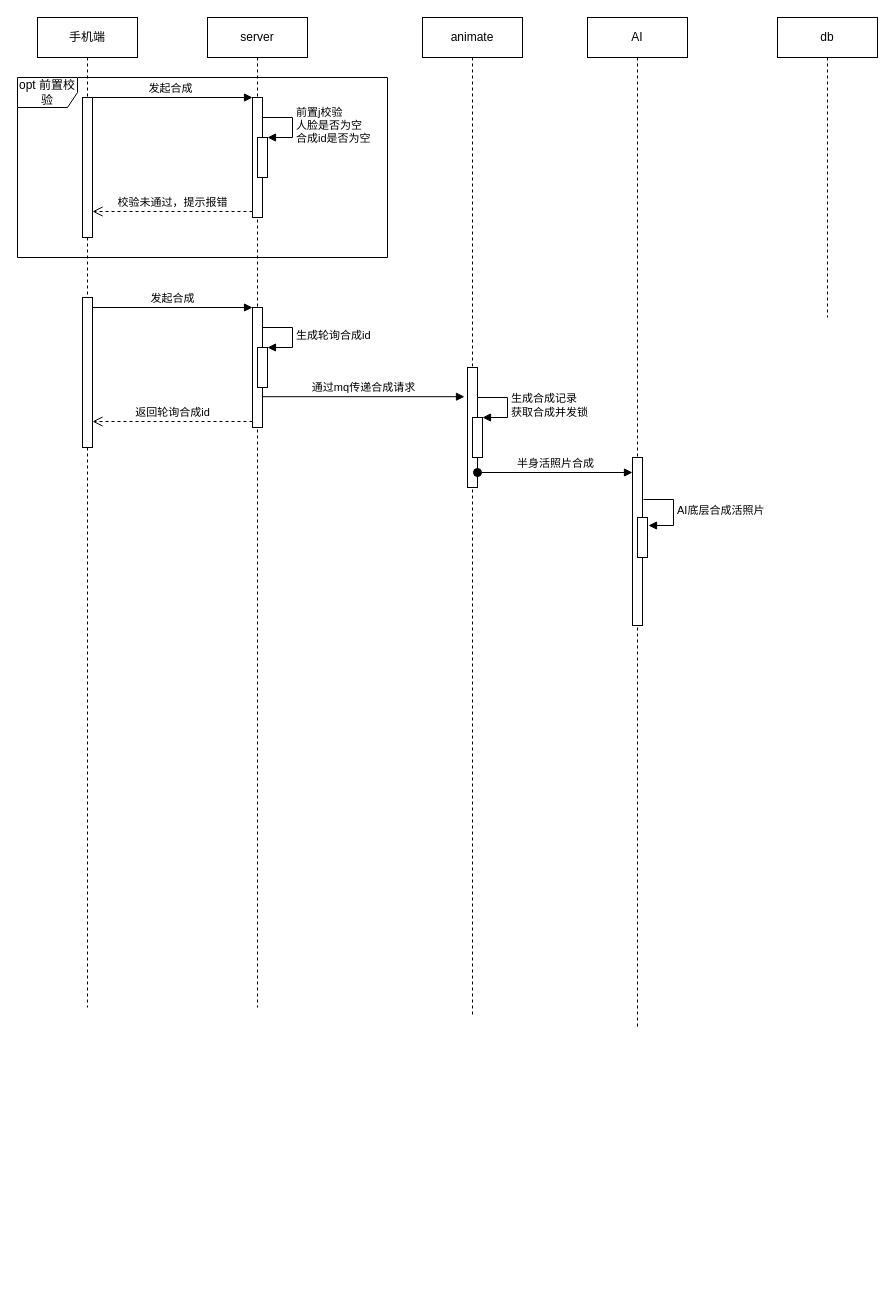
milletzhu/datasource keeps this draw.io diagram as 图片背景纯色抠图时序图.drawio. Above is the earlier version. Source tidied: cells renumbered, new cells numbered last; positions are measured from the earlier drawing's top-left corner, leaving out a move shared by most shapes. Both pictures are drawn from the tidied source at 100%, with x=0, y=0 at pixel (17, 17).
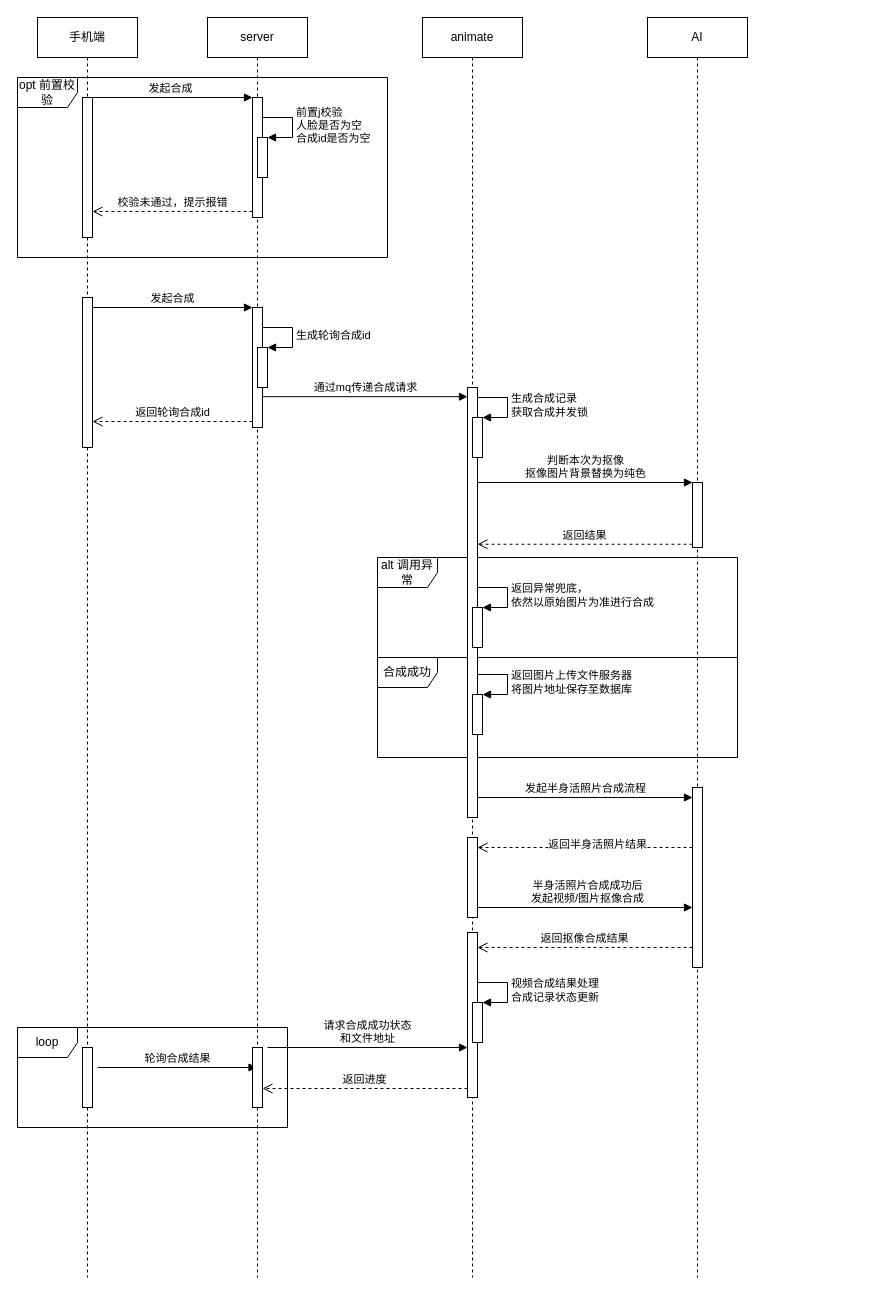
The same diagram, later.

Commit message (it also covers changes not shown here):
更新图片背景纯色抠图时序图.drawio

The edit, as a diff of the source:
```diff
@@
+    <mxCell id="28" value="合成成功" style="shape=umlFrame;whiteSpace=wrap;html=1;" parent="1" vertex="1">
+      <mxGeometry x="360" y="640" width="360" height="100" as="geometry" />
+    </mxCell>
+    <mxCell id="29" value="alt 调用异常" style="shape=umlFrame;whiteSpace=wrap;html=1;" parent="1" vertex="1">
+      <mxGeometry x="360" y="540" width="360" height="100" as="geometry" />
+    </mxCell>
@@
     <mxCell id="3" value="手机端" style="shape=umlLifeline;perimeter=lifelinePerimeter;whiteSpace=wrap;html=1;outlineConnect=0;" parent="1" vertex="1">
-      <mxGeometry x="20" width="100" height="990" as="geometry" />
+      <mxGeometry x="20" width="100" height="1260" as="geometry" />
     </mxCell>
@@
+    <mxCell id="30" style="html=1;perimeter=orthogonalPerimeter;" parent="3" vertex="1">
+      <mxGeometry x="45" y="1030" width="10" height="60" as="geometry" />
+    </mxCell>
+    <mxCell id="31" value="轮询合成结果" style="html=1;verticalAlign=bottom;endArrow=block;rounded=0;" parent="3" edge="1" target="6">
+      <mxGeometry relative="1" as="geometry">
+        <mxPoint x="60" y="1050" as="sourcePoint" />
+      </mxGeometry>
+    </mxCell>
     <mxCell id="6" value="server" style="shape=umlLifeline;perimeter=lifelinePerimeter;whiteSpace=wrap;html=1;outlineConnect=0;" parent="1" vertex="1">
-      <mxGeometry x="190" width="100" height="990" as="geometry" />
+      <mxGeometry x="190" width="100" height="1260" as="geometry" />
     </mxCell>
@@
+    <mxCell id="32" style="html=1;perimeter=orthogonalPerimeter;" parent="6" vertex="1">
+      <mxGeometry x="45" y="1030" width="10" height="60" as="geometry" />
+    </mxCell>
+    <mxCell id="33" value="请求合成成功状态&lt;br&gt;和文件地址" style="html=1;verticalAlign=bottom;endArrow=block;rounded=0;" parent="6" edge="1" target="39">
+      <mxGeometry relative="1" as="geometry">
+        <mxPoint x="60" y="1030" as="sourcePoint" />
+      </mxGeometry>
+    </mxCell>
     <mxCell id="10" value="animate" style="shape=umlLifeline;perimeter=lifelinePerimeter;whiteSpace=wrap;html=1;" parent="1" vertex="1">
-      <mxGeometry x="405" width="100" height="1000" as="geometry" />
+      <mxGeometry x="405" width="100" height="1260" as="geometry" />
     </mxCell>
     <mxCell id="11" style="html=1;points=[];perimeter=orthogonalPerimeter;" parent="10" vertex="1">
-      <mxGeometry x="45" y="350" width="10" height="120" as="geometry" />
+      <mxGeometry x="45" y="370" width="10" height="430" as="geometry" />
     </mxCell>
@@
+    <mxCell id="34" style="html=1;points=[];perimeter=orthogonalPerimeter;" parent="10" vertex="1">
+      <mxGeometry x="50" y="677" width="10" height="40" as="geometry" />
+    </mxCell>
+    <mxCell id="35" value="返回图片上传文件服务器&lt;br&gt;将图片地址保存至数据库" style="edgeStyle=orthogonalEdgeStyle;html=1;align=left;spacingLeft=2;endArrow=block;rounded=0;entryX=1;entryY=0;" parent="10" edge="1" target="34">
+      <mxGeometry relative="1" as="geometry">
+        <mxPoint x="55" y="657" as="sourcePoint" />
+        <Array as="points">
+          <mxPoint x="85" y="657" />
+        </Array>
+      </mxGeometry>
+    </mxCell>
+    <mxCell id="36" style="html=1;points=[];perimeter=orthogonalPerimeter;" parent="10" vertex="1">
+      <mxGeometry x="50" y="590" width="10" height="40" as="geometry" />
+    </mxCell>
+    <mxCell id="37" value="返回异常兜底，&lt;br&gt;依然以原始图片为准进行合成" style="edgeStyle=orthogonalEdgeStyle;html=1;align=left;spacingLeft=2;endArrow=block;rounded=0;entryX=1;entryY=0;" parent="10" edge="1" target="36">
+      <mxGeometry relative="1" as="geometry">
+        <mxPoint x="55" y="570" as="sourcePoint" />
+        <Array as="points">
+          <mxPoint x="85" y="570" />
+        </Array>
+      </mxGeometry>
+    </mxCell>
+    <mxCell id="38" style="html=1;points=[];perimeter=orthogonalPerimeter;" parent="10" vertex="1">
+      <mxGeometry x="45" y="820" width="10" height="80" as="geometry" />
+    </mxCell>
+    <mxCell id="39" style="html=1;points=[];perimeter=orthogonalPerimeter;" parent="10" vertex="1">
+      <mxGeometry x="45" y="915" width="10" height="165" as="geometry" />
+    </mxCell>
+    <mxCell id="40" style="html=1;points=[];perimeter=orthogonalPerimeter;" parent="10" vertex="1">
+      <mxGeometry x="50" y="985" width="10" height="40" as="geometry" />
+    </mxCell>
+    <mxCell id="41" value="视频合成结果处理&lt;br&gt;合成记录状态更新" style="edgeStyle=orthogonalEdgeStyle;html=1;align=left;spacingLeft=2;endArrow=block;rounded=0;entryX=1;entryY=0;" parent="10" edge="1" target="40">
+      <mxGeometry relative="1" as="geometry">
+        <mxPoint x="55" y="965" as="sourcePoint" />
+        <Array as="points">
+          <mxPoint x="85" y="965" />
+        </Array>
+      </mxGeometry>
+    </mxCell>
     <mxCell id="14" value="AI" style="shape=umlLifeline;perimeter=lifelinePerimeter;whiteSpace=wrap;html=1;" parent="1" vertex="1">
-      <mxGeometry x="570" width="100" height="1010" as="geometry" />
+      <mxGeometry x="630" width="100" height="1260" as="geometry" />
     </mxCell>
-    <mxCell id="15" style="html=1;perimeter=orthogonalPerimeter;" parent="14" vertex="1">
-      <mxGeometry x="45" y="440" width="10" height="168" as="geometry" />
-    </mxCell>
-    <mxCell id="16" style="html=1;perimeter=orthogonalPerimeter;" parent="14" vertex="1">
-      <mxGeometry x="50" y="500" width="10" height="40" as="geometry" />
-    </mxCell>
-    <mxCell id="17" value="AI底层合成活照片" style="edgeStyle=orthogonalEdgeStyle;html=1;align=left;spacingLeft=2;endArrow=block;rounded=0;entryX=1;entryY=0;" parent="14" edge="1">
-      <mxGeometry relative="1" as="geometry">
-        <mxPoint x="56" y="482" as="sourcePoint" />
-        <mxPoint x="61" y="508" as="targetPoint" />
-        <Array as="points">
-          <mxPoint x="86" y="482" />
-        </Array>
-      </mxGeometry>
-    </mxCell>
-    <mxCell id="18" value="db" style="shape=umlLifeline;perimeter=lifelinePerimeter;whiteSpace=wrap;html=1;" parent="1" vertex="1">
-      <mxGeometry x="760" width="100" height="300" as="geometry" />
-    </mxCell>
+    <mxCell id="42" style="html=1;points=[];perimeter=orthogonalPerimeter;" parent="14" vertex="1">
+      <mxGeometry x="45" y="465" width="10" height="65" as="geometry" />
+    </mxCell>
+    <mxCell id="43" style="html=1;points=[];perimeter=orthogonalPerimeter;" parent="14" vertex="1">
+      <mxGeometry x="45" y="770" width="10" height="180" as="geometry" />
+    </mxCell>
@@
-    <mxCell id="23" value="通过mq传递合成请求" style="html=1;verticalAlign=bottom;endArrow=block;rounded=0;entryX=-0.3;entryY=0.125;entryDx=0;entryDy=0;entryPerimeter=0;" parent="1" edge="1">
+    <mxCell id="23" value="通过mq传递合成请求" style="html=1;verticalAlign=bottom;endArrow=block;rounded=0;" parent="1" edge="1" target="11">
       <mxGeometry relative="1" as="geometry">
         <mxPoint x="245" y="379.2" as="sourcePoint" />
-        <mxPoint x="447" y="379.2" as="targetPoint" />
       </mxGeometry>
     </mxCell>
@@
-    <mxCell id="27" value="半身活照片合成" style="html=1;verticalAlign=bottom;startArrow=oval;endArrow=block;startSize=8;rounded=0;" parent="1" edge="1">
-      <mxGeometry relative="1" as="geometry">
-        <mxPoint x="460" y="455" as="sourcePoint" />
-        <mxPoint x="615" y="455" as="targetPoint" />
-      </mxGeometry>
-    </mxCell>
+    <mxCell id="44" value="判断本次为抠像&lt;br&gt;抠像图片背景替换为纯色" style="html=1;verticalAlign=bottom;endArrow=block;entryX=0;entryY=0;rounded=0;" parent="1" edge="1" source="11" target="42">
+      <mxGeometry relative="1" as="geometry" />
+    </mxCell>
+    <mxCell id="45" value="返回结果" style="html=1;verticalAlign=bottom;endArrow=open;dashed=1;endSize=8;exitX=0;exitY=0.95;rounded=0;" parent="1" edge="1" source="42" target="11">
+      <mxGeometry relative="1" as="geometry" />
+    </mxCell>
+    <mxCell id="46" value="发起半身活照片合成流程" style="html=1;verticalAlign=bottom;endArrow=block;rounded=0;" parent="1" edge="1">
+      <mxGeometry relative="1" as="geometry">
+        <mxPoint x="460" y="780" as="sourcePoint" />
+        <mxPoint x="675" y="780" as="targetPoint" />
+        <Array as="points">
+          <mxPoint x="600" y="780" />
+        </Array>
+      </mxGeometry>
+    </mxCell>
+    <mxCell id="47" value="半身活照片合成成功后&lt;br&gt;发起视频/图片抠像合成" style="html=1;verticalAlign=bottom;endArrow=block;rounded=0;" parent="1" edge="1">
+      <mxGeometry x="0.02" relative="1" as="geometry">
+        <mxPoint x="460" y="890" as="sourcePoint" />
+        <mxPoint x="675" y="890" as="targetPoint" />
+        <Array as="points">
+          <mxPoint x="670" y="890" />
+        </Array>
+      </mxGeometry>
+    </mxCell>
+    <mxCell id="48" value="返回半身活照片结果" style="html=1;verticalAlign=bottom;endArrow=open;dashed=1;endSize=8;rounded=0;" parent="1" edge="1" source="43" target="38">
+      <mxGeometry x="-0.12" y="6" relative="1" as="geometry">
+        <Array as="points">
+          <mxPoint x="610" y="830" />
+        </Array>
+      </mxGeometry>
+    </mxCell>
+    <mxCell id="49" value="返回抠像合成结果" style="html=1;verticalAlign=bottom;endArrow=open;dashed=1;endSize=8;rounded=0;" parent="1" edge="1" source="43" target="39">
+      <mxGeometry relative="1" as="geometry">
+        <Array as="points">
+          <mxPoint x="570" y="930" />
+        </Array>
+      </mxGeometry>
+    </mxCell>
+    <mxCell id="50" value="返回进度" style="html=1;verticalAlign=bottom;endArrow=open;dashed=1;endSize=8;rounded=0;" parent="1" edge="1">
+      <mxGeometry relative="1" as="geometry">
+        <mxPoint x="450" y="1071" as="sourcePoint" />
+        <mxPoint x="245" y="1071" as="targetPoint" />
+      </mxGeometry>
+    </mxCell>
+    <mxCell id="51" value="loop" style="shape=umlFrame;whiteSpace=wrap;html=1;" parent="1" vertex="1">
+      <mxGeometry y="1010" width="270" height="100" as="geometry" />
+    </mxCell>
```
